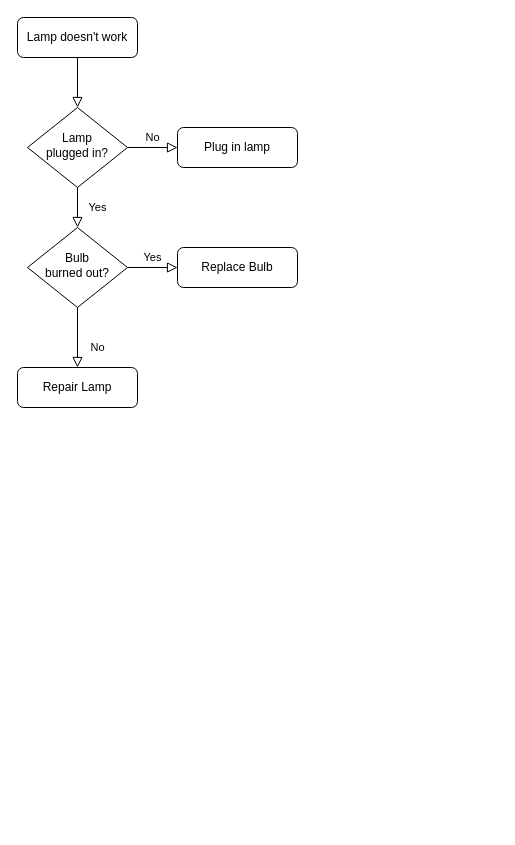
longzou/poethxp keeps this draw.io diagram as RegisterFlow.drawio. Above is the earlier version. Source tidied: cells renumbered, new cells numbered last; positions are measured from the earlier drawing's top-left corner, leaving out a move shared by most shapes. Both pictures are drawn from the tidied source at 100%, with x=0, y=0 at pixel (17, 17).
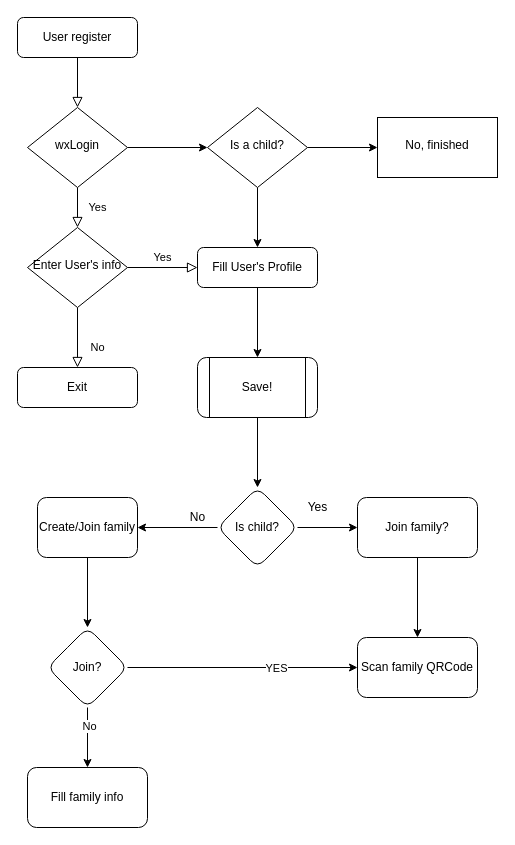
The same diagram, later.

Change to the diagram source:
```diff
@@
-    <mxCell id="3" value="Lamp doesn't work" style="rounded=1;whiteSpace=wrap;html=1;fontSize=12;glass=0;strokeWidth=1;shadow=0;" parent="1" vertex="1">
+    <mxCell id="3" value="User register" style="rounded=1;whiteSpace=wrap;html=1;fontSize=12;glass=0;strokeWidth=1;shadow=0;" parent="1" vertex="1">
       <mxGeometry width="120" height="40" as="geometry" />
     </mxCell>
@@
-    <mxCell id="5" value="No" style="edgeStyle=orthogonalEdgeStyle;rounded=0;html=1;jettySize=auto;fontSize=11;endArrow=block;endFill=0;endSize=8;strokeWidth=1;shadow=0;labelBackgroundColor=none;" parent="1" edge="1" source="6" target="7">
-      <mxGeometry y="10" relative="1" as="geometry" />
-    </mxCell>
+    <mxCell id="13" style="edgeStyle=orthogonalEdgeStyle;rounded=0;jettySize=auto;html=1;" parent="1" edge="1" source="6" target="17">
+      <mxGeometry relative="1" as="geometry" />
+    </mxCell>
-    <mxCell id="6" value="Lamp&lt;br&gt;plugged in?" style="rhombus;whiteSpace=wrap;html=1;shadow=0;fontFamily=Helvetica;fontSize=12;align=center;strokeWidth=1;spacing=6;spacingTop=-4;" parent="1" vertex="1">
+    <mxCell id="6" value="wxLogin" style="rhombus;whiteSpace=wrap;html=1;shadow=0;fontFamily=Helvetica;fontSize=12;align=center;strokeWidth=1;spacing=6;spacingTop=-4;" parent="1" vertex="1">
       <mxGeometry x="10" y="90" width="100" height="80" as="geometry" />
     </mxCell>
-    <mxCell id="7" value="Plug in lamp" style="rounded=1;whiteSpace=wrap;html=1;fontSize=12;glass=0;strokeWidth=1;shadow=0;" parent="1" vertex="1">
-      <mxGeometry x="160" y="110" width="120" height="40" as="geometry" />
-    </mxCell>
@@
-    <mxCell id="10" value="Bulb&lt;br&gt;burned out?" style="rhombus;whiteSpace=wrap;html=1;shadow=0;fontFamily=Helvetica;fontSize=12;align=center;strokeWidth=1;spacing=6;spacingTop=-4;" parent="1" vertex="1">
+    <mxCell id="10" value="Enter User's info" style="rhombus;whiteSpace=wrap;html=1;shadow=0;fontFamily=Helvetica;fontSize=12;align=center;strokeWidth=1;spacing=6;spacingTop=-4;" parent="1" vertex="1">
       <mxGeometry x="10" y="210" width="100" height="80" as="geometry" />
     </mxCell>
-    <mxCell id="11" value="Repair Lamp" style="rounded=1;whiteSpace=wrap;html=1;fontSize=12;glass=0;strokeWidth=1;shadow=0;" parent="1" vertex="1">
+    <mxCell id="11" value="Exit" style="rounded=1;whiteSpace=wrap;html=1;fontSize=12;glass=0;strokeWidth=1;shadow=0;" parent="1" vertex="1">
       <mxGeometry y="350" width="120" height="40" as="geometry" />
     </mxCell>
+    <mxCell id="14" style="edgeStyle=orthogonalEdgeStyle;rounded=0;jettySize=auto;html=1;" parent="1" edge="1" source="12" target="20">
+      <mxGeometry relative="1" as="geometry" />
+    </mxCell>
-    <mxCell id="12" value="Replace Bulb" style="rounded=1;whiteSpace=wrap;html=1;fontSize=12;glass=0;strokeWidth=1;shadow=0;" parent="1" vertex="1">
-      <mxGeometry x="160" y="230" width="120" height="40" as="geometry" />
+    <mxCell id="12" value="Fill User's Profile" style="rounded=1;whiteSpace=wrap;html=1;fontSize=12;glass=0;strokeWidth=1;shadow=0;" parent="1" vertex="1">
+      <mxGeometry x="180" y="230" width="120" height="40" as="geometry" />
     </mxCell>
+    <mxCell id="15" style="edgeStyle=orthogonalEdgeStyle;rounded=0;jettySize=auto;html=1;" parent="1" edge="1" source="17" target="18">
+      <mxGeometry relative="1" as="geometry" />
+    </mxCell>
+    <mxCell id="16" style="edgeStyle=orthogonalEdgeStyle;rounded=0;jettySize=auto;html=1;" parent="1" edge="1" source="17" target="12">
+      <mxGeometry relative="1" as="geometry" />
+    </mxCell>
+    <mxCell id="17" value="Is a child?" style="rhombus;whiteSpace=wrap;html=1;shadow=0;fontFamily=Helvetica;fontSize=12;align=center;strokeWidth=1;spacing=6;spacingTop=-4;" parent="1" vertex="1">
+      <mxGeometry x="190" y="90" width="100" height="80" as="geometry" />
+    </mxCell>
+    <mxCell id="18" value="No, finished" style="whiteSpace=wrap;html=1;shadow=0;strokeWidth=1;spacing=6;spacingTop=-4;" parent="1" vertex="1">
+      <mxGeometry x="360" y="100" width="120" height="60" as="geometry" />
+    </mxCell>
+    <mxCell id="19" style="edgeStyle=orthogonalEdgeStyle;rounded=0;jettySize=auto;html=1;" parent="1" edge="1" source="20" target="23">
+      <mxGeometry relative="1" as="geometry" />
+    </mxCell>
+    <mxCell id="20" value="Save!" style="shape=process;whiteSpace=wrap;html=1;backgroundOutline=1;rounded=1;glass=0;strokeWidth=1;shadow=0;" parent="1" vertex="1">
+      <mxGeometry x="180" y="340" width="120" height="60" as="geometry" />
+    </mxCell>
+    <mxCell id="21" style="edgeStyle=orthogonalEdgeStyle;rounded=0;jettySize=auto;html=1;" parent="1" edge="1" source="23" target="25">
+      <mxGeometry relative="1" as="geometry" />
+    </mxCell>
+    <mxCell id="22" style="edgeStyle=orthogonalEdgeStyle;rounded=0;jettySize=auto;html=1;" parent="1" edge="1" source="23" target="27">
+      <mxGeometry relative="1" as="geometry" />
+    </mxCell>
+    <mxCell id="23" value="Is child?" style="rhombus;whiteSpace=wrap;html=1;rounded=1;glass=0;strokeWidth=1;shadow=0;" parent="1" vertex="1">
+      <mxGeometry x="200" y="470" width="80" height="80" as="geometry" />
+    </mxCell>
+    <mxCell id="24" style="edgeStyle=orthogonalEdgeStyle;rounded=0;jettySize=auto;html=1;" parent="1" edge="1" source="25" target="36">
+      <mxGeometry relative="1" as="geometry" />
+    </mxCell>
+    <mxCell id="25" value="Create/Join family" style="whiteSpace=wrap;html=1;rounded=1;glass=0;strokeWidth=1;shadow=0;" parent="1" vertex="1">
+      <mxGeometry x="20" y="480" width="100" height="60" as="geometry" />
+    </mxCell>
+    <mxCell id="26" style="edgeStyle=orthogonalEdgeStyle;rounded=0;jettySize=auto;html=1;" parent="1" edge="1" source="27" target="31">
+      <mxGeometry relative="1" as="geometry" />
+    </mxCell>
+    <mxCell id="27" value="Join family?" style="whiteSpace=wrap;html=1;rounded=1;glass=0;strokeWidth=1;shadow=0;" parent="1" vertex="1">
+      <mxGeometry x="340" y="480" width="120" height="60" as="geometry" />
+    </mxCell>
+    <mxCell id="28" value="Yes" style="text;html=1;align=center;verticalAlign=middle;strokeColor=none;fillColor=none;" parent="1" vertex="1">
+      <mxGeometry x="280" y="475" width="40" height="30" as="geometry" />
+    </mxCell>
+    <mxCell id="29" value="No" style="text;html=1;align=center;verticalAlign=middle;strokeColor=none;fillColor=none;" parent="1" vertex="1">
+      <mxGeometry x="160" y="485" width="40" height="30" as="geometry" />
+    </mxCell>
+    <mxCell id="30" value="Fill family info" style="whiteSpace=wrap;html=1;rounded=1;glass=0;strokeWidth=1;shadow=0;" parent="1" vertex="1">
+      <mxGeometry x="10" y="750" width="120" height="60" as="geometry" />
+    </mxCell>
+    <mxCell id="31" value="Scan family QRCode" style="whiteSpace=wrap;html=1;rounded=1;glass=0;strokeWidth=1;shadow=0;" parent="1" vertex="1">
+      <mxGeometry x="340" y="620" width="120" height="60" as="geometry" />
+    </mxCell>
+    <mxCell id="32" style="edgeStyle=orthogonalEdgeStyle;rounded=0;jettySize=auto;html=1;" parent="1" edge="1" source="36" target="31">
+      <mxGeometry relative="1" as="geometry" />
+    </mxCell>
+    <mxCell id="33" value="YES" style="edgeLabel;html=1;align=center;verticalAlign=middle;" parent="32" vertex="1">
+      <mxGeometry x="0.29" relative="1" as="geometry" />
+    </mxCell>
+    <mxCell id="34" style="edgeStyle=orthogonalEdgeStyle;rounded=0;jettySize=auto;html=1;" parent="1" edge="1" source="36" target="30">
+      <mxGeometry relative="1" as="geometry" />
+    </mxCell>
+    <mxCell id="35" value="No" style="edgeLabel;html=1;align=center;verticalAlign=middle;" parent="34" vertex="1">
+      <mxGeometry x="-0.4" y="1" relative="1" as="geometry" />
+    </mxCell>
+    <mxCell id="36" value="Join?" style="rhombus;whiteSpace=wrap;html=1;rounded=1;glass=0;strokeWidth=1;shadow=0;" parent="1" vertex="1">
+      <mxGeometry x="30" y="610" width="80" height="80" as="geometry" />
+    </mxCell>
```
